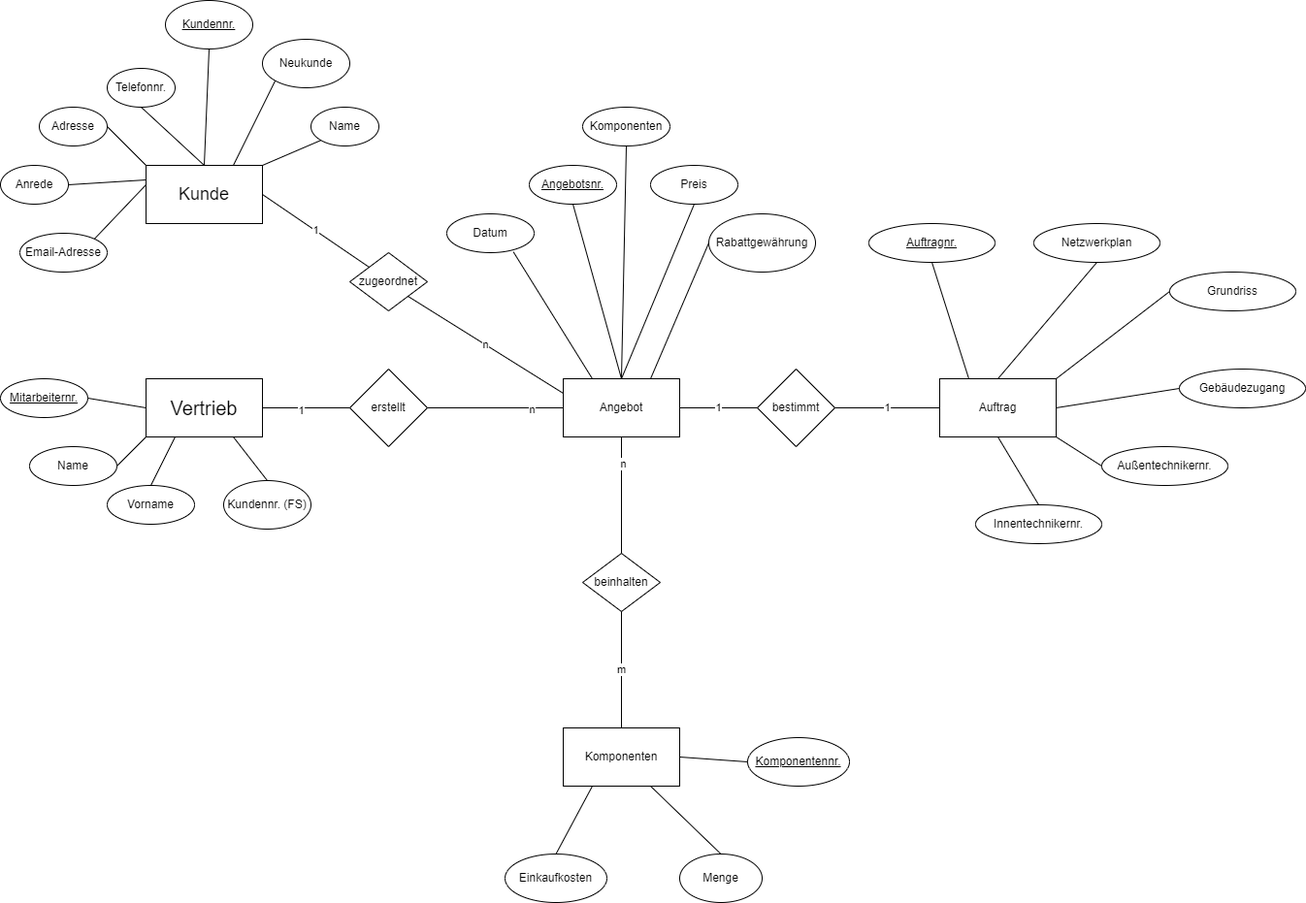
The draw.io diagram images/ERM-Model.png in insgeheime4ergruppe/Projekt-1, before a commit. Source tidied: cells renumbered, new cells last; positions are measured from the earlier drawing's top-left corner, leaving out a move shared by most shapes.
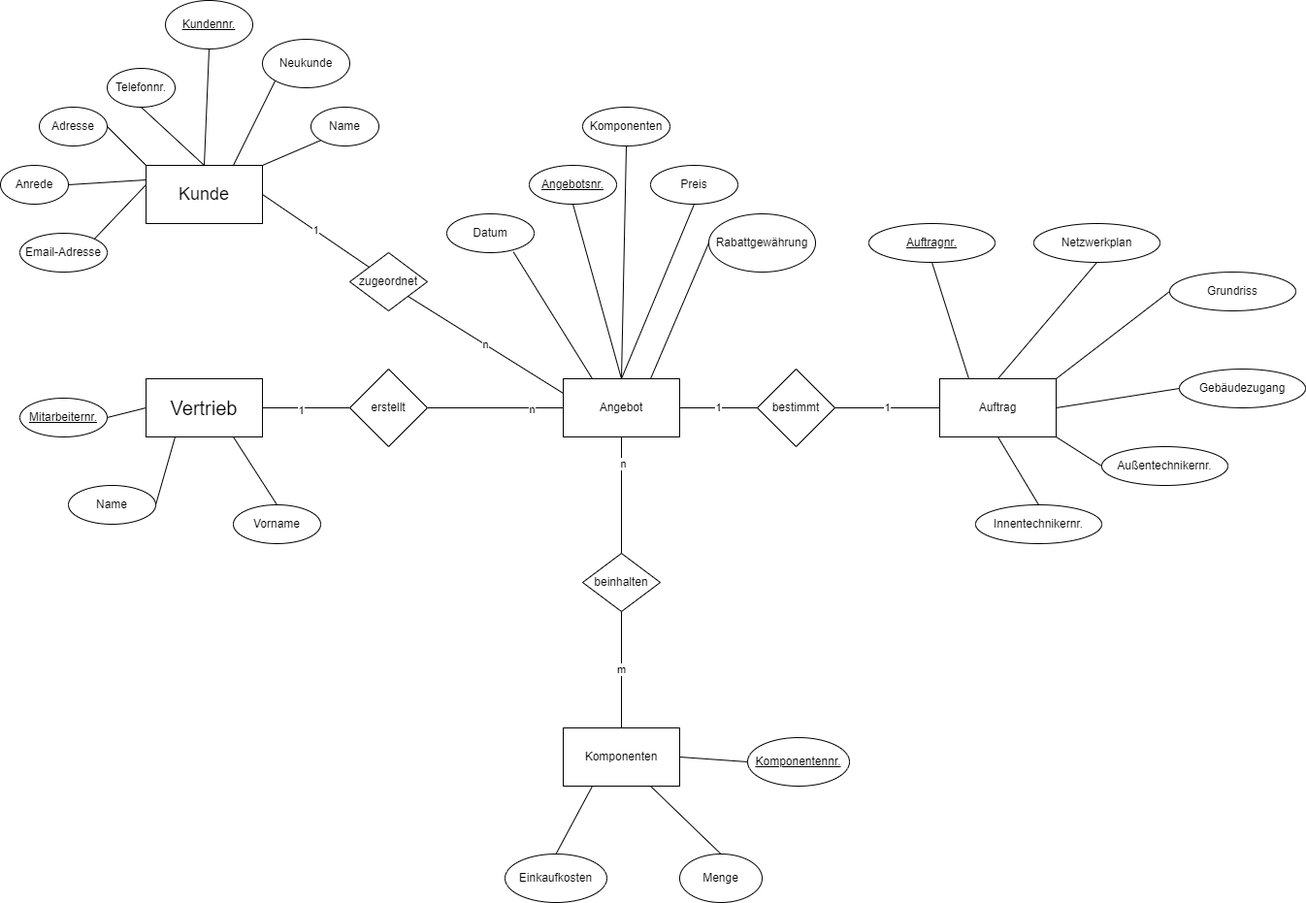
The same diagram one commit later.

Change to the diagram source:
```diff
@@ -113,21 +113,21 @@
       <mxGeometry relative="1" as="geometry" />
     </mxCell>
     <mxCell id="38" value="&lt;u&gt;Mitarbeiternr.&lt;/u&gt;" style="ellipse;whiteSpace=wrap;html=1;strokeWidth=1;" parent="1" vertex="1">
-      <mxGeometry y="390" width="90" height="40" as="geometry" />
+      <mxGeometry x="20" y="410" width="90" height="40" as="geometry" />
     </mxCell>
     <mxCell id="39" value="Vorname" style="ellipse;whiteSpace=wrap;html=1;strokeWidth=1;" parent="1" vertex="1">
-      <mxGeometry x="110" y="500" width="90" height="40" as="geometry" />
+      <mxGeometry x="240" y="520" width="90" height="40" as="geometry" />
     </mxCell>
     <mxCell id="40" value="Name" style="ellipse;whiteSpace=wrap;html=1;strokeWidth=1;" parent="1" vertex="1">
-      <mxGeometry x="30" y="460" width="90" height="40" as="geometry" />
+      <mxGeometry x="70" y="500" width="90" height="40" as="geometry" />
     </mxCell>
     <mxCell id="41" style="endArrow=none;html=1;rounded=0;exitX=1;exitY=0.5;exitDx=0;exitDy=0;entryX=0;entryY=0.5;entryDx=0;entryDy=0;" parent="1" edge="1" source="38" target="22">
       <mxGeometry relative="1" as="geometry" />
     </mxCell>
-    <mxCell id="42" style="endArrow=none;html=1;rounded=0;exitX=1;exitY=0.5;exitDx=0;exitDy=0;entryX=0;entryY=1;entryDx=0;entryDy=0;" parent="1" edge="1" source="40" target="22">
+    <mxCell id="42" style="endArrow=none;html=1;rounded=0;exitX=1;exitY=0.5;exitDx=0;exitDy=0;entryX=0.25;entryY=1;entryDx=0;entryDy=0;" parent="1" edge="1" source="40" target="22">
       <mxGeometry relative="1" as="geometry" />
     </mxCell>
-    <mxCell id="43" style="endArrow=none;html=1;rounded=0;exitX=0.5;exitY=0;exitDx=0;exitDy=0;entryX=0.25;entryY=1;entryDx=0;entryDy=0;" parent="1" edge="1" source="39" target="22">
+    <mxCell id="43" style="endArrow=none;html=1;rounded=0;exitX=0.5;exitY=0;exitDx=0;exitDy=0;entryX=0.75;entryY=1;entryDx=0;entryDy=0;" parent="1" edge="1" source="39" target="22">
       <mxGeometry relative="1" as="geometry" />
     </mxCell>
     <mxCell id="44" value="Datum" style="ellipse;whiteSpace=wrap;html=1;strokeWidth=1;" parent="1" vertex="1">
@@ -211,11 +211,5 @@
     <mxCell id="70" style="edgeStyle=orthogonalEdgeStyle;rounded=0;orthogonalLoop=1;jettySize=auto;html=1;exitX=0.5;exitY=1;exitDx=0;exitDy=0;" parent="1" edge="1" source="5" target="5">
       <mxGeometry relative="1" as="geometry" />
     </mxCell>
-    <mxCell id="71" value="Kundennr. (FS)" style="ellipse;whiteSpace=wrap;html=1;strokeWidth=1;" parent="1" vertex="1">
-      <mxGeometry x="230" y="495" width="90" height="50" as="geometry" />
-    </mxCell>
-    <mxCell id="72" style="endArrow=none;html=1;rounded=0;exitX=0.5;exitY=0;exitDx=0;exitDy=0;entryX=0.75;entryY=1;entryDx=0;entryDy=0;" parent="1" edge="1" source="71" target="22">
-      <mxGeometry relative="1" as="geometry" />
-    </mxCell>
   </root>
 </mxGraphModel>
```
